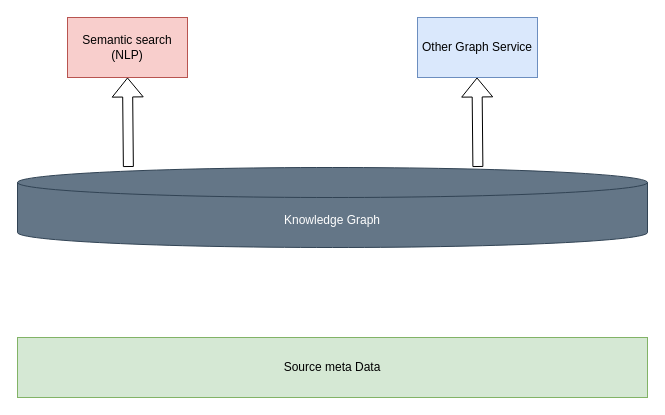
The draw.io diagram Untitled Diagram.drawio in ganisback/draw.io, before the edit. Source tidied: cells renumbered, new cells numbered last; positions are measured from the earlier drawing's top-left corner, leaving out a move shared by most shapes. Both pictures are drawn from the tidied source at 100%, with x=0, y=0 at pixel (17, 17).
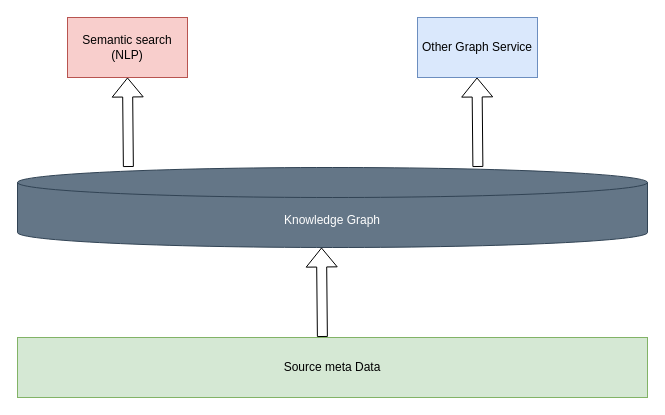
The same diagram, later.

Diff of the diagram source:
```diff
@@
 <mxGraphModel>
   <root>
     <mxCell id="0" />
     <mxCell id="1" parent="0" />
     <mxCell id="2" value="Knowledge Graph" style="shape=cylinder3;whiteSpace=wrap;html=1;boundedLbl=1;backgroundOutline=1;size=15;fillColor=#647687;strokeColor=#314354;fontColor=#ffffff;" parent="1" vertex="1">
       <mxGeometry y="150" width="630" height="80" as="geometry" />
     </mxCell>
     <mxCell id="3" value="Semantic search&lt;br&gt;(NLP)" style="rounded=0;whiteSpace=wrap;html=1;fillColor=#f8cecc;strokeColor=#b85450;" parent="1" vertex="1">
       <mxGeometry x="50" width="120" height="60" as="geometry" />
     </mxCell>
     <mxCell id="4" value="Other Graph Service" style="rounded=0;whiteSpace=wrap;html=1;fillColor=#dae8fc;strokeColor=#6c8ebf;" parent="1" vertex="1">
       <mxGeometry x="400" width="120" height="60" as="geometry" />
     </mxCell>
     <mxCell id="5" style="shape=flexArrow;endArrow=classic;html=1;rounded=0;entryX=0.5;entryY=1;entryDx=0;entryDy=0;exitX=0.176;exitY=-0.006;exitDx=0;exitDy=0;exitPerimeter=0;" parent="1" edge="1" source="2" target="3">
       <mxGeometry relative="1" as="geometry" />
     </mxCell>
     <mxCell id="6" style="shape=flexArrow;endArrow=classic;html=1;rounded=0;entryX=0.5;entryY=1;entryDx=0;entryDy=0;exitX=0.176;exitY=-0.006;exitDx=0;exitDy=0;exitPerimeter=0;" parent="1" edge="1">
       <mxGeometry relative="1" as="geometry">
         <mxPoint x="460.4" y="149.5" as="sourcePoint" />
         <mxPoint x="459.5" y="60" as="targetPoint" />
       </mxGeometry>
     </mxCell>
     <mxCell id="7" value="Source meta Data" style="rounded=0;whiteSpace=wrap;html=1;fillColor=#d5e8d4;strokeColor=#82b366;" parent="1" vertex="1">
       <mxGeometry y="320" width="630" height="60" as="geometry" />
     </mxCell>
+    <mxCell id="8" style="shape=flexArrow;endArrow=classic;html=1;rounded=0;entryX=0.5;entryY=1;entryDx=0;entryDy=0;exitX=0.176;exitY=-0.006;exitDx=0;exitDy=0;exitPerimeter=0;" parent="1" edge="1">
+      <mxGeometry relative="1" as="geometry">
+        <mxPoint x="304.9" y="319.5" as="sourcePoint" />
+        <mxPoint x="304" y="230" as="targetPoint" />
+      </mxGeometry>
+    </mxCell>
   </root>
 </mxGraphModel>
```
